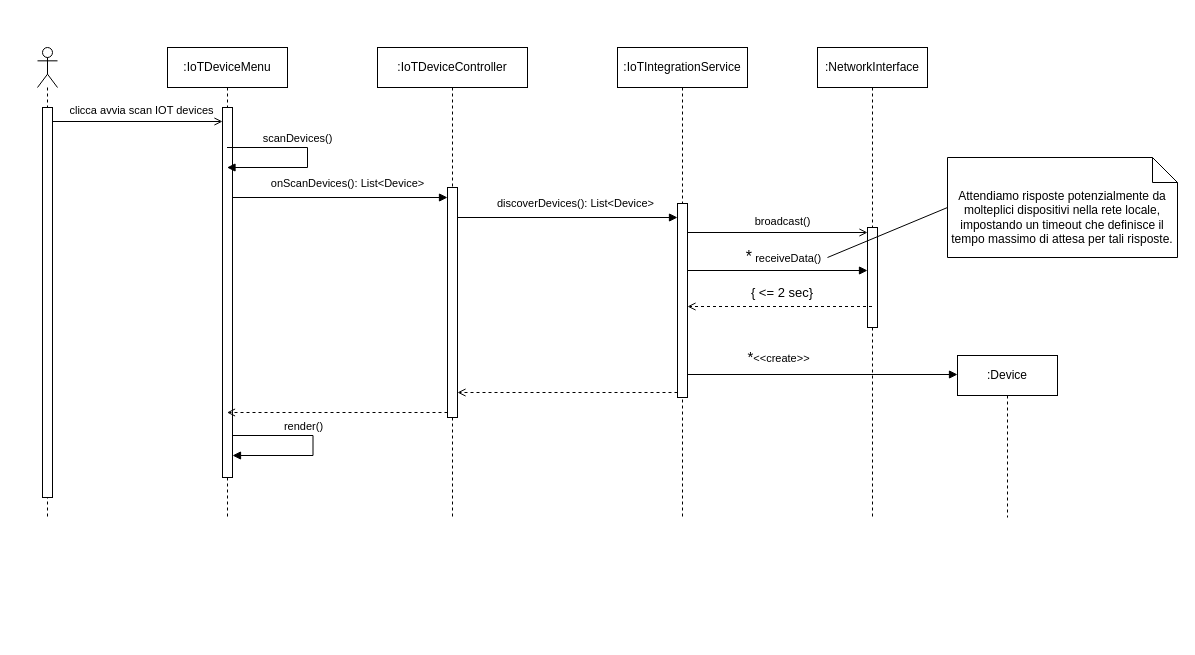
Before: content/seq/seqScanIOTDevices.drawio in uni-aca100/ing-proj, a draw.io diagram. Source tidied: cells renumbered, new cells numbered last; positions are measured from the earlier drawing's top-left corner, leaving out a move shared by most shapes. Both pictures are drawn from the tidied source at 100%, with x=0, y=0 at pixel (37, 47).
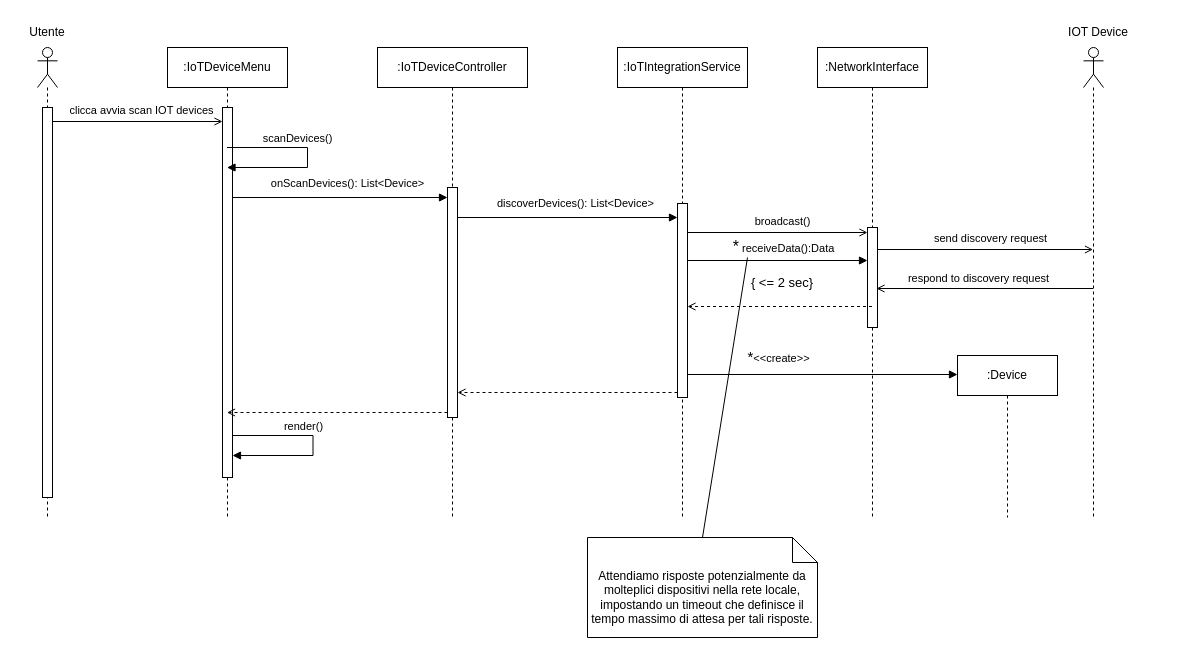
Above is the later version.

The edit, as a diff of the source:
```diff
@@
     <mxCell id="24" value="Attendiamo risposte potenzialmente da molteplici dispositivi nella rete locale, impostando un timeout che definisce il tempo massimo di attesa per tali risposte." style="shape=note2;boundedLbl=1;whiteSpace=wrap;html=1;size=25;verticalAlign=top;align=center;" parent="1" vertex="1">
-      <mxGeometry x="910" y="110" width="230" height="100" as="geometry" />
+      <mxGeometry x="550" y="490" width="230" height="100" as="geometry" />
     </mxCell>
-    <mxCell id="25" style="endArrow=none;html=1;rounded=0;entryX=0;entryY=0.5;entryDx=0;entryDy=0;entryPerimeter=0;" parent="1" edge="1" target="24">
+    <mxCell id="25" style="endArrow=none;html=1;rounded=0;entryX=0.5;entryY=0;entryDx=0;entryDy=0;entryPerimeter=0;" parent="1" edge="1" target="24">
       <mxGeometry relative="1" as="geometry">
-        <mxPoint x="790" y="210" as="sourcePoint" />
+        <mxPoint x="710" y="210" as="sourcePoint" />
       </mxGeometry>
     </mxCell>
@@
     <mxCell id="28" style="html=1;verticalAlign=bottom;labelBackgroundColor=none;endArrow=block;endFill=1;rounded=0;" parent="1" edge="1">
       <mxGeometry relative="1" as="geometry">
-        <mxPoint x="650" y="223" as="sourcePoint" />
-        <mxPoint x="830" y="223" as="targetPoint" />
+        <mxPoint x="650" y="213" as="sourcePoint" />
+        <mxPoint x="830" y="213" as="targetPoint" />
       </mxGeometry>
     </mxCell>
-    <mxCell id="29" value="&lt;font style=&quot;font-size: 16px;&quot;&gt;*&lt;/font&gt; receiveData()" style="edgeLabel;html=1;align=center;verticalAlign=middle;" parent="28" vertex="1">
+    <mxCell id="29" value="&lt;font style=&quot;font-size: 16px;&quot;&gt;*&lt;/font&gt; receiveData():Data" style="edgeLabel;html=1;align=center;verticalAlign=middle;" parent="28" vertex="1">
       <mxGeometry x="0.11" relative="1" as="geometry">
         <mxPoint x="-5" y="-15" as="offset" />
       </mxGeometry>
     </mxCell>
@@
     <mxCell id="31" value="&lt;font style=&quot;font-size: 13px;&quot;&gt;{ &amp;lt;= 2 sec}&lt;/font&gt;" style="text;html=1;whiteSpace=wrap;strokeColor=none;fillColor=none;align=center;verticalAlign=middle;rounded=0;" parent="1" vertex="1">
-      <mxGeometry x="700" y="230" width="90" height="30" as="geometry" />
+      <mxGeometry x="700" y="220" width="90" height="30" as="geometry" />
     </mxCell>
@@
+    <mxCell id="35" style="shape=umlLifeline;perimeter=lifelinePerimeter;whiteSpace=wrap;html=1;newEdgeStyle={&quot;curved&quot;:0,&quot;rounded&quot;:0};participant=umlActor;" parent="1" vertex="1">
+      <mxGeometry x="1046" width="20" height="470" as="geometry" />
+    </mxCell>
+    <mxCell id="36" value="Utente" style="text;html=1;whiteSpace=wrap;strokeColor=none;fillColor=none;align=center;verticalAlign=middle;rounded=0;" parent="1" vertex="1">
+      <mxGeometry x="-20" y="-30" width="60" height="30" as="geometry" />
+    </mxCell>
+    <mxCell id="37" value="IOT Device" style="text;html=1;whiteSpace=wrap;strokeColor=none;fillColor=none;align=center;verticalAlign=middle;rounded=0;" parent="1" vertex="1">
+      <mxGeometry x="1026" y="-30" width="70" height="30" as="geometry" />
+    </mxCell>
+    <mxCell id="38" style="html=1;verticalAlign=bottom;labelBackgroundColor=none;endArrow=open;endFill=0;rounded=0;" parent="1" edge="1">
+      <mxGeometry relative="1" as="geometry">
+        <mxPoint x="840" y="202" as="sourcePoint" />
+        <mxPoint x="1055.5" y="202" as="targetPoint" />
+      </mxGeometry>
+    </mxCell>
+    <mxCell id="39" value="send discovery request" style="edgeLabel;html=1;align=center;verticalAlign=middle;" parent="38" vertex="1">
+      <mxGeometry x="0.04" relative="1" as="geometry">
+        <mxPoint y="-12" as="offset" />
+      </mxGeometry>
+    </mxCell>
+    <mxCell id="40" style="html=1;verticalAlign=bottom;labelBackgroundColor=none;endArrow=open;endFill=0;rounded=0;entryX=0.9;entryY=0.31;entryDx=0;entryDy=0;entryPerimeter=0;" parent="1" edge="1">
+      <mxGeometry relative="1" as="geometry">
+        <mxPoint x="1055.5" y="241" as="sourcePoint" />
+        <mxPoint x="839" y="241" as="targetPoint" />
+      </mxGeometry>
+    </mxCell>
+    <mxCell id="41" value="respond to discovery request" style="edgeLabel;html=1;align=center;verticalAlign=middle;" parent="40" vertex="1">
+      <mxGeometry x="0.04" relative="1" as="geometry">
+        <mxPoint x="-2" y="-11" as="offset" />
+      </mxGeometry>
+    </mxCell>
```
